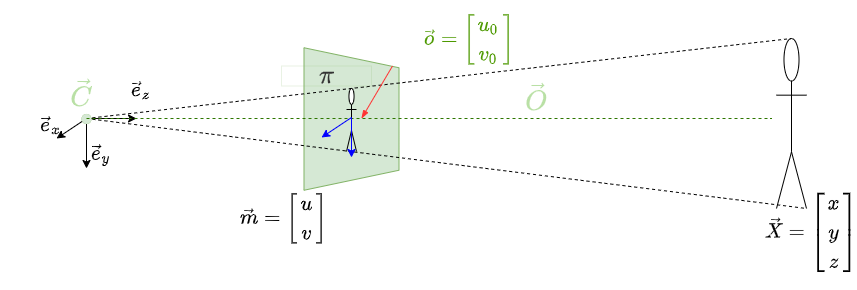
Before: graphics/td_scene.png, a diagram exported from draw.io (Myralllka/bachelor_thesis). Source tidied: cells renumbered, new cells last; positions are measured from the earlier drawing's top-left corner, leaving out a move shared by most shapes.
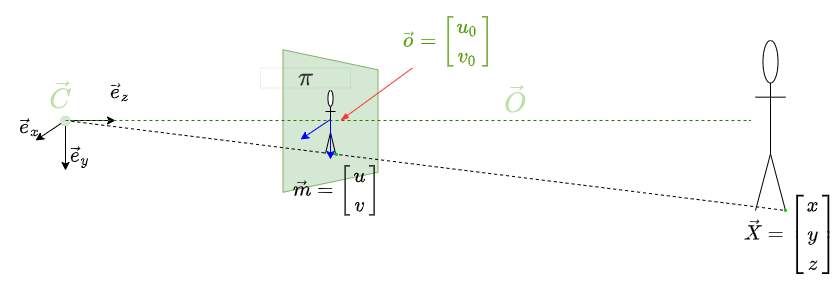
The same diagram one commit later.

Diff of the diagram source:
```diff
@@ -16,11 +16,6 @@
     <mxCell id="5" style="shape=umlActor;verticalLabelPosition=bottom;verticalAlign=top;html=1;outlineConnect=0;" parent="1" vertex="1">
       <mxGeometry x="755" y="25" width="30" height="170" as="geometry" />
     </mxCell>
-    <mxCell id="6" style="endArrow=none;html=1;rounded=0;entryX=0.5;entryY=0;entryDx=0;entryDy=0;entryPerimeter=0;dashed=1;endFill=0;" parent="1" edge="1" target="5">
-      <mxGeometry relative="1" as="geometry">
-        <mxPoint x="65" y="105" as="sourcePoint" />
-      </mxGeometry>
-    </mxCell>
     <mxCell id="7" value="&lt;span style=&quot;color: rgb(51 , 51 , 51) ; background-color: rgb(255 , 255 , 255)&quot;&gt;&lt;font style=&quot;font-size: 22px&quot;&gt;$$\pi$$&lt;/font&gt;&lt;/span&gt;" style="text;html=1;align=center;verticalAlign=middle;strokeWidth=0;fillColor=none;strokeColor=#82b366;" parent="1" vertex="1">
       <mxGeometry x="260" y="52.5" width="90" height="20" as="geometry" />
     </mxCell>
@@ -73,7 +68,7 @@
       </mxGeometry>
     </mxCell>
     <mxCell id="18" value="&lt;span style=&quot;font-size: 16px&quot;&gt;$$ \vec{m} = \begin{bmatrix} u \\ v \end{bmatrix}$$&lt;/span&gt;" style="text;html=1;align=center;verticalAlign=middle;whiteSpace=wrap;rounded=0;fontSize=22;" parent="1" vertex="1">
-      <mxGeometry x="220" y="175.8" width="85" height="58.2" as="geometry" />
+      <mxGeometry x="293.5" y="145.8" width="85" height="58.2" as="geometry" />
     </mxCell>
     <mxCell id="19" value="&lt;font style=&quot;font-size: 16px&quot;&gt;$$\vec{X} = \begin{bmatrix} x \\ y \\ z\end{bmatrix}$$&lt;/font&gt;" style="text;html=1;align=center;verticalAlign=middle;whiteSpace=wrap;rounded=0;fontSize=13;" parent="1" vertex="1">
       <mxGeometry x="745" y="204" width="90" height="30" as="geometry" />
@@ -81,7 +76,7 @@
     <mxCell id="20" value="&lt;font color=&quot;#000000&quot; style=&quot;font-size: 16px&quot;&gt;$$\vec{e}_z$$&lt;/font&gt;" style="text;html=1;strokeColor=none;fillColor=none;align=center;verticalAlign=middle;whiteSpace=wrap;rounded=0;sketch=0;fontSize=13;fontColor=#B9E0A5;" parent="1" vertex="1">
       <mxGeometry x="90" y="61.5" width="60" height="30" as="geometry" />
     </mxCell>
-    <mxCell id="21" style="endArrow=blockThin;html=1;rounded=0;fontSize=13;fontColor=#000000;strokeColor=#FF3333;strokeWidth=1;jumpSize=6;exitX=0;exitY=1;exitDx=0;exitDy=0;endFill=1;" parent="1" edge="1" source="15">
+    <mxCell id="21" style="endArrow=blockThin;html=1;rounded=0;fontSize=13;fontColor=#000000;strokeColor=#FF3333;strokeWidth=1;jumpSize=6;endFill=1;" parent="1" edge="1" source="15">
       <mxGeometry relative="1" as="geometry">
         <mxPoint x="340" y="105" as="targetPoint" />
       </mxGeometry>
@@ -95,5 +90,11 @@
     <mxCell id="24" value="&lt;font color=&quot;#000000&quot; style=&quot;font-size: 16px&quot;&gt;$$\vec{e}_x$$&lt;/font&gt;" style="text;html=1;strokeColor=none;fillColor=none;align=center;verticalAlign=middle;whiteSpace=wrap;rounded=0;sketch=0;fontSize=13;fontColor=#B9E0A5;" parent="1" vertex="1">
       <mxGeometry y="96.5" width="60" height="30" as="geometry" />
     </mxCell>
+    <mxCell id="25" value="&lt;pre&gt;&lt;font color=&quot;#00cc00&quot; style=&quot;font-size: 24px;&quot;&gt;.&lt;/font&gt;&lt;/pre&gt;" style="text;html=1;align=center;verticalAlign=middle;strokeColor=none;fillColor=none;" parent="1" vertex="1">
+      <mxGeometry x="321" y="106.5" width="30" height="50" as="geometry" />
+    </mxCell>
+    <mxCell id="26" value="&lt;pre&gt;&lt;font color=&quot;#00cc00&quot; style=&quot;font-size: 24px;&quot;&gt;.&lt;/font&gt;&lt;/pre&gt;" style="text;html=1;align=center;verticalAlign=middle;strokeColor=none;fillColor=none;" parent="1" vertex="1">
+      <mxGeometry x="770" y="163" width="30" height="50" as="geometry" />
+    </mxCell>
   </root>
 </mxGraphModel>
```
